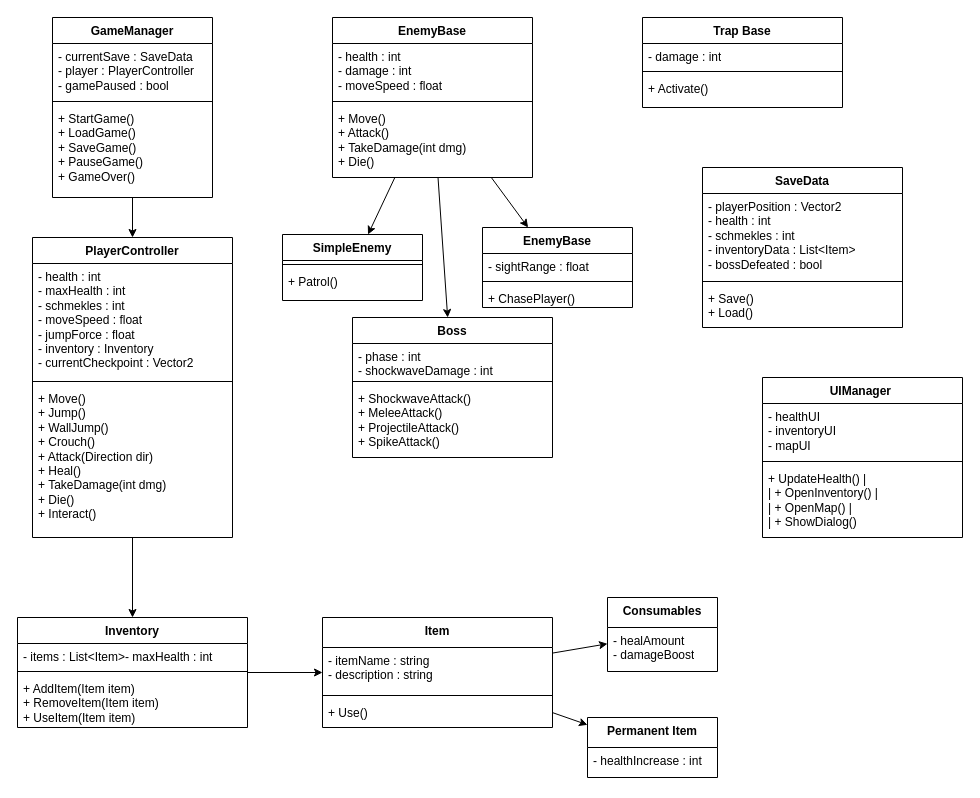
Earlier version of the draw.io diagram Klassendiagramm.drawio (2AHIFPOS1ProjectOskarErik/POS1_Project_Oskar_Erik). Source tidied: cells renumbered, new cells numbered last; positions are measured from the earlier drawing's top-left corner, leaving out a move shared by most shapes. Both pictures are drawn from the tidied source at 100%, with x=0, y=0 at pixel (17, 17).
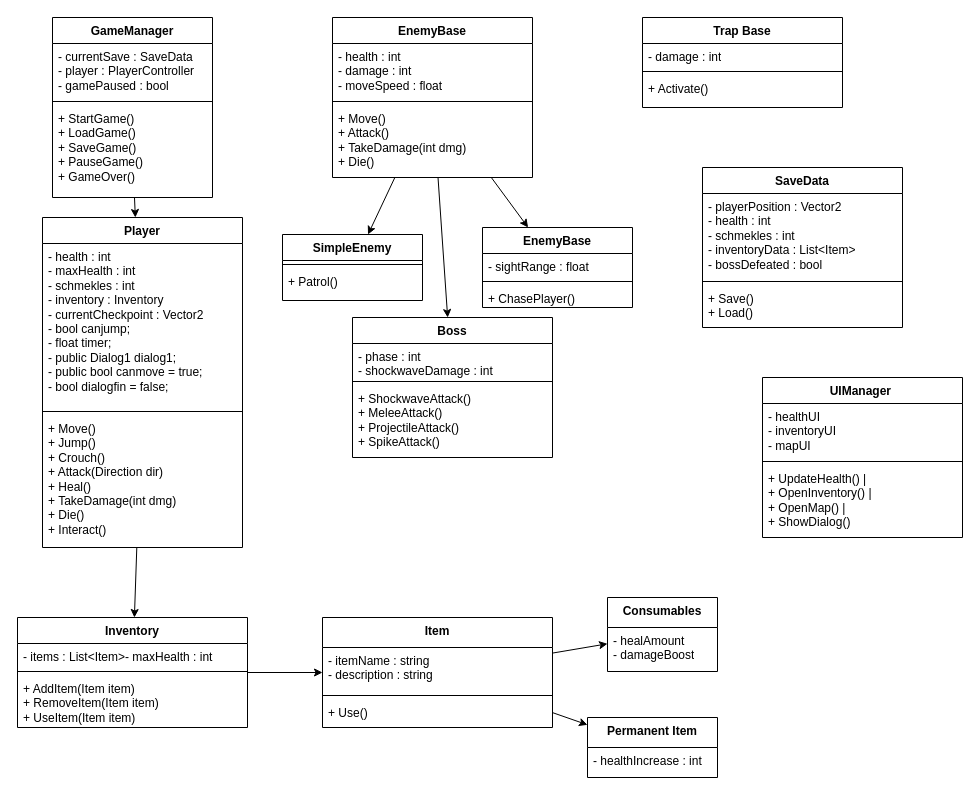
After the change.

Commit message (it also covers changes not shown here):
Crouch geadded, Klassendiagramm überarbeitet

Unchanged cells that the change refers to:
```xml
<mxCell id="53" value="UIManager&amp;nbsp;" style="swimlane;fontStyle=1;align=center;verticalAlign=top;horizontal=1;startSize=26;whiteSpace=wrap;html=1;" parent="1" vertex="1">
  <mxGeometry x="745" y="360" width="200" height="160" as="geometry" />
</mxCell>
```

Change to the diagram source:
```diff
@@
-    <mxCell id="6" value="PlayerController" style="swimlane;fontStyle=1;align=center;verticalAlign=top;horizontal=1;startSize=26;whiteSpace=wrap;html=1;" parent="1" vertex="1">
-      <mxGeometry x="15" y="220" width="200" height="300" as="geometry" />
+    <mxCell id="6" value="Player" style="swimlane;fontStyle=1;align=center;verticalAlign=top;horizontal=1;startSize=26;whiteSpace=wrap;html=1;" parent="1" vertex="1">
+      <mxGeometry x="25" y="200" width="200" height="330" as="geometry" />
     </mxCell>
-    <mxCell id="7" value="- health : int&amp;nbsp;&lt;br&gt;- maxHealth : int&amp;nbsp;&lt;br&gt;- schmekles : int&amp;nbsp;&lt;br&gt;- moveSpeed : float&amp;nbsp;&lt;br&gt;- jumpForce : float&amp;nbsp;&lt;br&gt;- inventory : Inventory&amp;nbsp;&lt;br&gt;- currentCheckpoint : Vector2&amp;nbsp;" style="text;strokeColor=none;fillColor=none;align=left;verticalAlign=top;spacingLeft=4;spacingRight=4;overflow=hidden;whiteSpace=wrap;html=1;" parent="6" vertex="1">
-      <mxGeometry y="26" width="200" height="114" as="geometry" />
+    <mxCell id="7" value="- health : int&amp;nbsp;&lt;br&gt;- maxHealth : int&amp;nbsp;&lt;br&gt;- schmekles : int&amp;nbsp;&lt;br&gt;- inventory : Inventory&amp;nbsp;&lt;br&gt;- currentCheckpoint : Vector2&lt;div&gt;- bool canjump;&lt;/div&gt;&lt;div&gt;- float timer;&lt;/div&gt;&lt;div&gt;- public Dialog1 dialog1;&lt;/div&gt;&lt;div&gt;- public bool canmove = true;&lt;/div&gt;&lt;div&gt;&lt;span style=&quot;background-color: transparent;&quot;&gt;- bool dialogfin = false;&lt;/span&gt;&lt;/div&gt;&lt;div&gt;&amp;nbsp;&lt;/div&gt;" style="text;strokeColor=none;fillColor=none;align=left;verticalAlign=top;spacingLeft=4;spacingRight=4;overflow=hidden;whiteSpace=wrap;html=1;" parent="6" vertex="1">
+      <mxGeometry y="26" width="200" height="164" as="geometry" />
     </mxCell>
     <mxCell id="8" style="line;strokeWidth=1;fillColor=none;align=left;verticalAlign=middle;spacingTop=-1;spacingLeft=3;spacingRight=3;labelPosition=right;strokeColor=inherit;" parent="6" vertex="1">
-      <mxGeometry y="140" width="200" height="8" as="geometry" />
+      <mxGeometry y="190" width="200" height="8" as="geometry" />
     </mxCell>
-    <mxCell id="9" value="+ Move()&lt;br&gt;+ Jump()&amp;nbsp;&lt;br&gt;+ WallJump()&amp;nbsp;&lt;br&gt;+ Crouch()&amp;nbsp;&lt;br&gt;+ Attack(Direction dir)&amp;nbsp;&lt;br&gt;+ Heal()&amp;nbsp;&lt;br&gt;+ TakeDamage(int dmg)&amp;nbsp;&lt;br&gt;+ Die()&amp;nbsp;&lt;br&gt;+ Interact()&amp;nbsp;&amp;nbsp;" style="text;strokeColor=none;fillColor=none;align=left;verticalAlign=top;spacingLeft=4;spacingRight=4;overflow=hidden;whiteSpace=wrap;html=1;" parent="6" vertex="1">
-      <mxGeometry y="148" width="200" height="152" as="geometry" />
+    <mxCell id="9" value="+ Move()&lt;br&gt;+ Jump()&lt;br&gt;+ Crouch()&amp;nbsp;&lt;br&gt;+ Attack(Direction dir)&amp;nbsp;&lt;br&gt;+ Heal()&amp;nbsp;&lt;br&gt;+ TakeDamage(int dmg)&amp;nbsp;&lt;br&gt;+ Die()&amp;nbsp;&lt;br&gt;+ Interact()&amp;nbsp;&amp;nbsp;" style="text;strokeColor=none;fillColor=none;align=left;verticalAlign=top;spacingLeft=4;spacingRight=4;overflow=hidden;whiteSpace=wrap;html=1;" parent="6" vertex="1">
+      <mxGeometry y="198" width="200" height="132" as="geometry" />
     </mxCell>
@@
-    <mxCell id="56" value="+ UpdateHealth()                                 |&lt;br&gt;| + OpenInventory()                                |&lt;br&gt;| + OpenMap()                                      |&lt;br&gt;| + ShowDialog()" style="text;strokeColor=none;fillColor=none;align=left;verticalAlign=top;spacingLeft=4;spacingRight=4;overflow=hidden;whiteSpace=wrap;html=1;" parent="53" vertex="1">
+    <mxCell id="56" value="+ UpdateHealth()                                 |&lt;br&gt;+ OpenInventory()                                |&lt;br&gt;+ OpenMap()                                      |&lt;br&gt;+ ShowDialog()" style="text;strokeColor=none;fillColor=none;align=left;verticalAlign=top;spacingLeft=4;spacingRight=4;overflow=hidden;whiteSpace=wrap;html=1;" parent="53" vertex="1">
       <mxGeometry y="88" width="200" height="72" as="geometry" />
     </mxCell>
```
